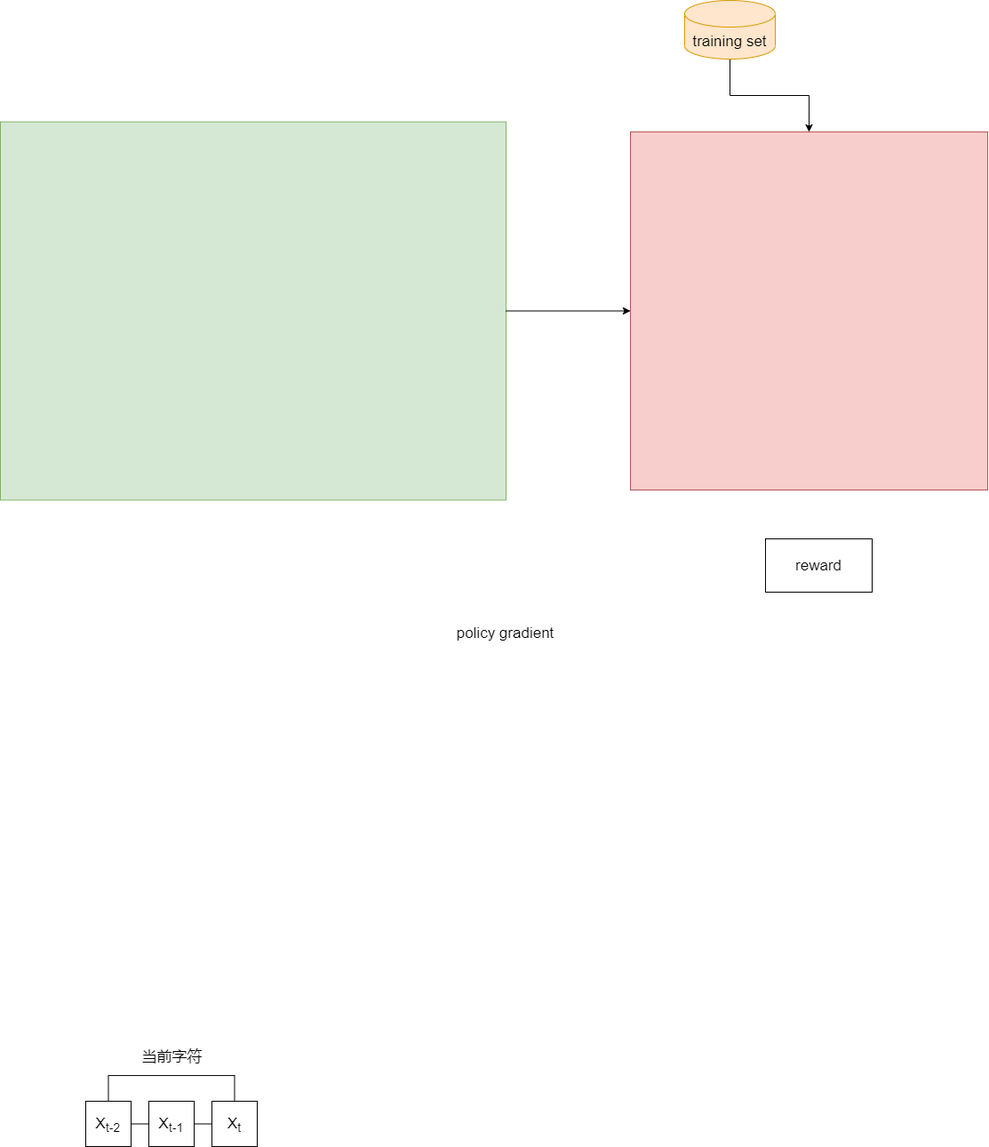
Earlier version of the draw.io export seqgan.drawio.png (lakomi/pictures). Source tidied: cells renumbered, new cells last; positions are measured from the earlier drawing's top-left corner, leaving out a move shared by most shapes. Its diagram source:
```xml
<mxGraphModel>
  <root>
    <mxCell id="0" />
    <mxCell id="1" parent="0" />
    <mxCell id="2" style="rounded=0;whiteSpace=wrap;html=1;fillColor=#d5e8d4;strokeColor=#82b366;fontSize=17;" parent="1" vertex="1">
      <mxGeometry y="136.6" width="569" height="425.8" as="geometry" />
    </mxCell>
    <mxCell id="3" style="edgeStyle=orthogonalEdgeStyle;rounded=0;jettySize=auto;html=1;fontSize=17;" parent="1" edge="1" source="2" target="4">
      <mxGeometry relative="1" as="geometry" />
    </mxCell>
    <mxCell id="4" style="rounded=0;whiteSpace=wrap;html=1;fillColor=#f8cecc;strokeColor=#b85450;fontSize=17;" parent="1" vertex="1">
      <mxGeometry x="709" y="148" width="402" height="403" as="geometry" />
    </mxCell>
    <mxCell id="5" style="edgeStyle=orthogonalEdgeStyle;rounded=0;jettySize=auto;html=1;exitX=0.5;exitY=1;exitDx=0;exitDy=0;exitPerimeter=0;entryX=0.5;entryY=0;entryDx=0;entryDy=0;fontSize=17;" parent="1" edge="1" source="6" target="4">
      <mxGeometry relative="1" as="geometry" />
    </mxCell>
    <mxCell id="6" value="training set" style="shape=cylinder3;whiteSpace=wrap;html=1;boundedLbl=1;backgroundOutline=1;size=15;fillColor=#ffe6cc;strokeColor=#d79b00;fontSize=17;" parent="1" vertex="1">
      <mxGeometry x="770" width="102" height="66" as="geometry" />
    </mxCell>
    <mxCell id="7" value="policy gradient" style="text;html=1;align=center;verticalAlign=middle;strokeColor=none;fillColor=none;fontSize=17;" parent="1" vertex="1">
      <mxGeometry x="508" y="700" width="120" height="24" as="geometry" />
    </mxCell>
    <mxCell id="8" value="reward" style="rounded=0;whiteSpace=wrap;html=1;fontSize=17;" parent="1" vertex="1">
      <mxGeometry x="861" y="606" width="120" height="60" as="geometry" />
    </mxCell>
    <mxCell id="9" style="edgeStyle=orthogonalEdgeStyle;rounded=0;jettySize=auto;html=1;exitX=1;exitY=0.5;exitDx=0;exitDy=0;entryX=0;entryY=0.5;entryDx=0;entryDy=0;fontSize=17;endArrow=none;endFill=0;" parent="1" edge="1" source="11" target="13">
      <mxGeometry relative="1" as="geometry" />
    </mxCell>
    <mxCell id="10" style="edgeStyle=orthogonalEdgeStyle;rounded=0;jettySize=auto;html=1;exitX=0.5;exitY=0;exitDx=0;exitDy=0;entryX=0.5;entryY=0;entryDx=0;entryDy=0;fontSize=17;endArrow=none;endFill=0;" parent="1" edge="1" source="11" target="14">
      <mxGeometry relative="1" as="geometry">
        <Array as="points">
          <mxPoint x="121" y="1210" />
          <mxPoint x="263" y="1210" />
        </Array>
      </mxGeometry>
    </mxCell>
    <mxCell id="11" value="&lt;span&gt;X&lt;/span&gt;&lt;sub&gt;t-2&lt;/sub&gt;" style="rounded=0;whiteSpace=wrap;html=1;fontSize=17;" parent="1" vertex="1">
      <mxGeometry x="96" y="1239" width="51" height="51" as="geometry" />
    </mxCell>
    <mxCell id="12" style="edgeStyle=orthogonalEdgeStyle;rounded=0;jettySize=auto;html=1;exitX=1;exitY=0.5;exitDx=0;exitDy=0;entryX=0;entryY=0.5;entryDx=0;entryDy=0;fontSize=17;endArrow=none;endFill=0;" parent="1" edge="1" source="13" target="14">
      <mxGeometry relative="1" as="geometry" />
    </mxCell>
    <mxCell id="13" value="&lt;span&gt;X&lt;/span&gt;&lt;sub&gt;t-1&lt;/sub&gt;" style="rounded=0;whiteSpace=wrap;html=1;fontSize=17;" parent="1" vertex="1">
      <mxGeometry x="167" y="1239" width="51" height="51" as="geometry" />
    </mxCell>
    <mxCell id="14" value="X&lt;sub&gt;t&lt;/sub&gt;" style="rounded=0;whiteSpace=wrap;html=1;fontSize=17;" parent="1" vertex="1">
      <mxGeometry x="238" y="1239" width="51" height="51" as="geometry" />
    </mxCell>
    <mxCell id="15" value="当前字符" style="text;html=1;align=center;verticalAlign=middle;strokeColor=none;fillColor=none;fontSize=17;" parent="1" vertex="1">
      <mxGeometry x="153.5" y="1177" width="78" height="24" as="geometry" />
    </mxCell>
  </root>
</mxGraphModel>
```
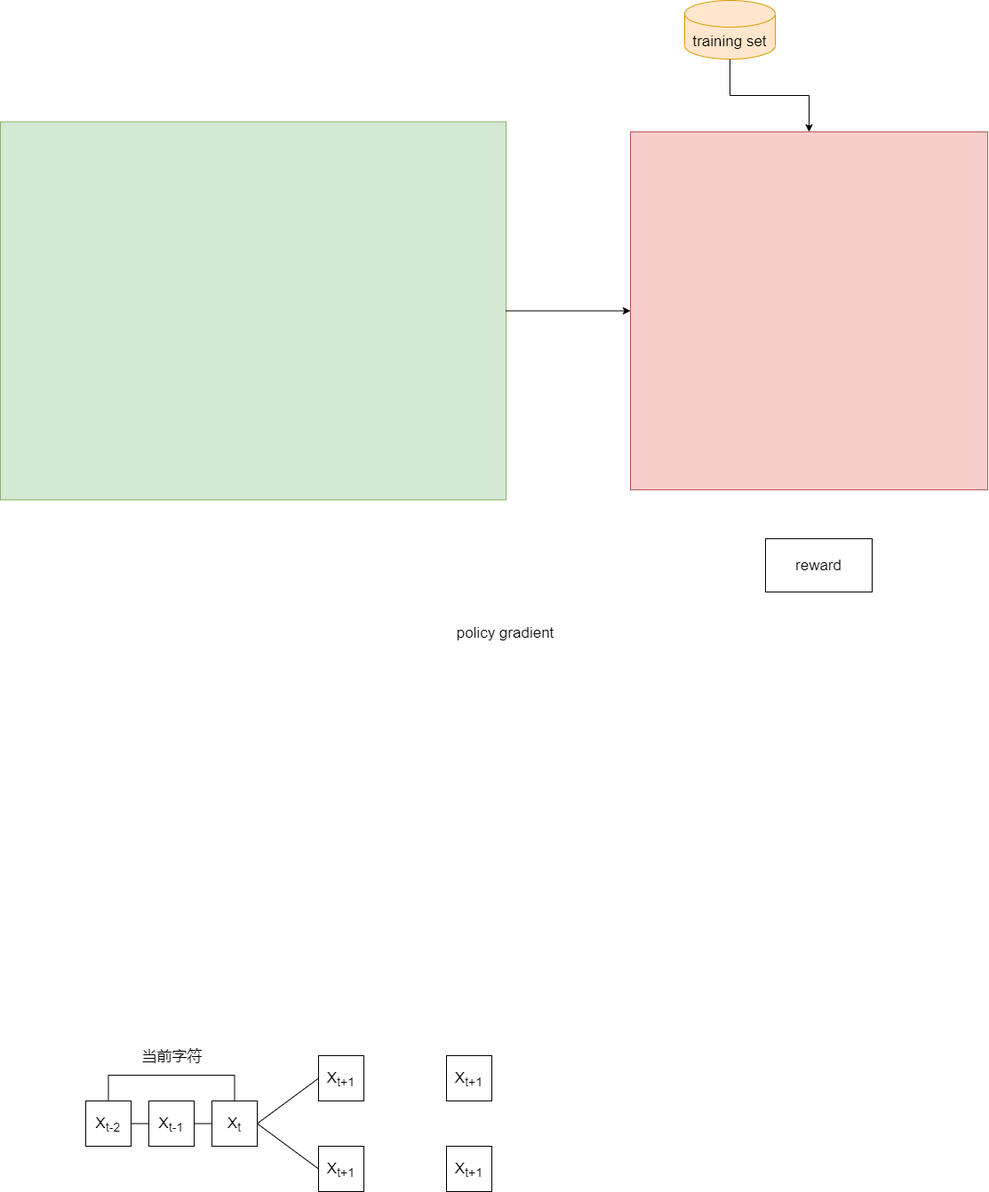
After the change.

The edit, as a diff of the source:
```diff
@@ -43,11 +43,29 @@
     <mxCell id="13" value="&lt;span&gt;X&lt;/span&gt;&lt;sub&gt;t-1&lt;/sub&gt;" style="rounded=0;whiteSpace=wrap;html=1;fontSize=17;" parent="1" vertex="1">
       <mxGeometry x="167" y="1239" width="51" height="51" as="geometry" />
     </mxCell>
+    <mxCell id="16" style="rounded=0;jettySize=auto;html=1;exitX=1;exitY=0.5;exitDx=0;exitDy=0;entryX=0;entryY=0.5;entryDx=0;entryDy=0;fontSize=17;endArrow=none;endFill=0;" parent="1" edge="1" source="14" target="18">
+      <mxGeometry relative="1" as="geometry" />
+    </mxCell>
+    <mxCell id="17" style="edgeStyle=none;rounded=0;jettySize=auto;html=1;exitX=1;exitY=0.5;exitDx=0;exitDy=0;entryX=0;entryY=0.5;entryDx=0;entryDy=0;fontSize=17;endArrow=none;endFill=0;" parent="1" edge="1" source="14" target="19">
+      <mxGeometry relative="1" as="geometry" />
+    </mxCell>
     <mxCell id="14" value="X&lt;sub&gt;t&lt;/sub&gt;" style="rounded=0;whiteSpace=wrap;html=1;fontSize=17;" parent="1" vertex="1">
       <mxGeometry x="238" y="1239" width="51" height="51" as="geometry" />
     </mxCell>
     <mxCell id="15" value="当前字符" style="text;html=1;align=center;verticalAlign=middle;strokeColor=none;fillColor=none;fontSize=17;" parent="1" vertex="1">
       <mxGeometry x="153.5" y="1177" width="78" height="24" as="geometry" />
     </mxCell>
+    <mxCell id="18" value="X&lt;sub&gt;t+1&lt;/sub&gt;" style="rounded=0;whiteSpace=wrap;html=1;fontSize=17;" parent="1" vertex="1">
+      <mxGeometry x="358" y="1188" width="51" height="51" as="geometry" />
+    </mxCell>
+    <mxCell id="19" value="X&lt;sub&gt;t+1&lt;/sub&gt;" style="rounded=0;whiteSpace=wrap;html=1;fontSize=17;" parent="1" vertex="1">
+      <mxGeometry x="358" y="1290" width="51" height="51" as="geometry" />
+    </mxCell>
+    <mxCell id="20" value="X&lt;sub&gt;t+1&lt;/sub&gt;" style="rounded=0;whiteSpace=wrap;html=1;fontSize=17;" parent="1" vertex="1">
+      <mxGeometry x="502" y="1188" width="51" height="51" as="geometry" />
+    </mxCell>
+    <mxCell id="21" value="X&lt;sub&gt;t+1&lt;/sub&gt;" style="rounded=0;whiteSpace=wrap;html=1;fontSize=17;" parent="1" vertex="1">
+      <mxGeometry x="502" y="1290" width="51" height="51" as="geometry" />
+    </mxCell>
   </root>
 </mxGraphModel>
```
